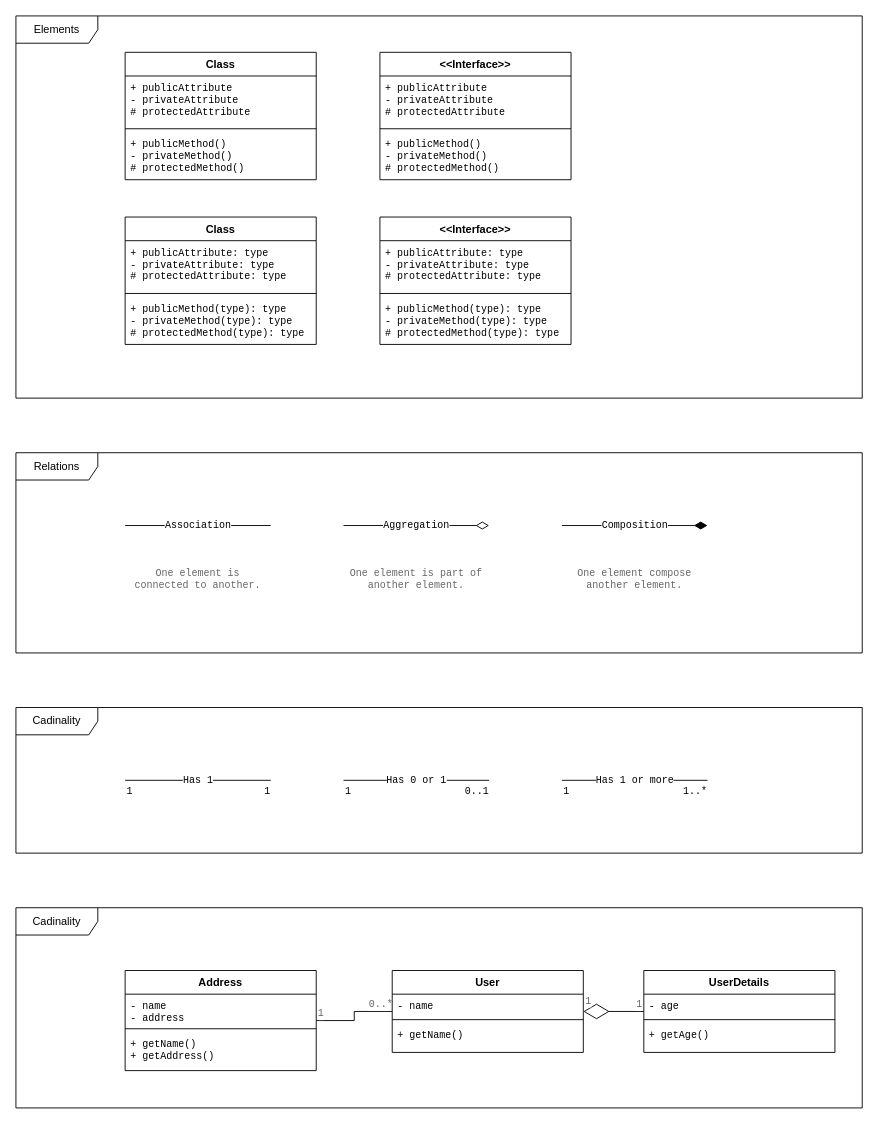
Above: #Docs/Project/UML Guide.drawio in F4LK0N/CleanCode3 (draw.io), before the change. Source tidied: cells renumbered, new cells numbered last; positions are measured from the earlier drawing's top-left corner, leaving out a move shared by most shapes. Both pictures are drawn from the tidied source at 91%, with x=0, y=0 at pixel (15, 15).
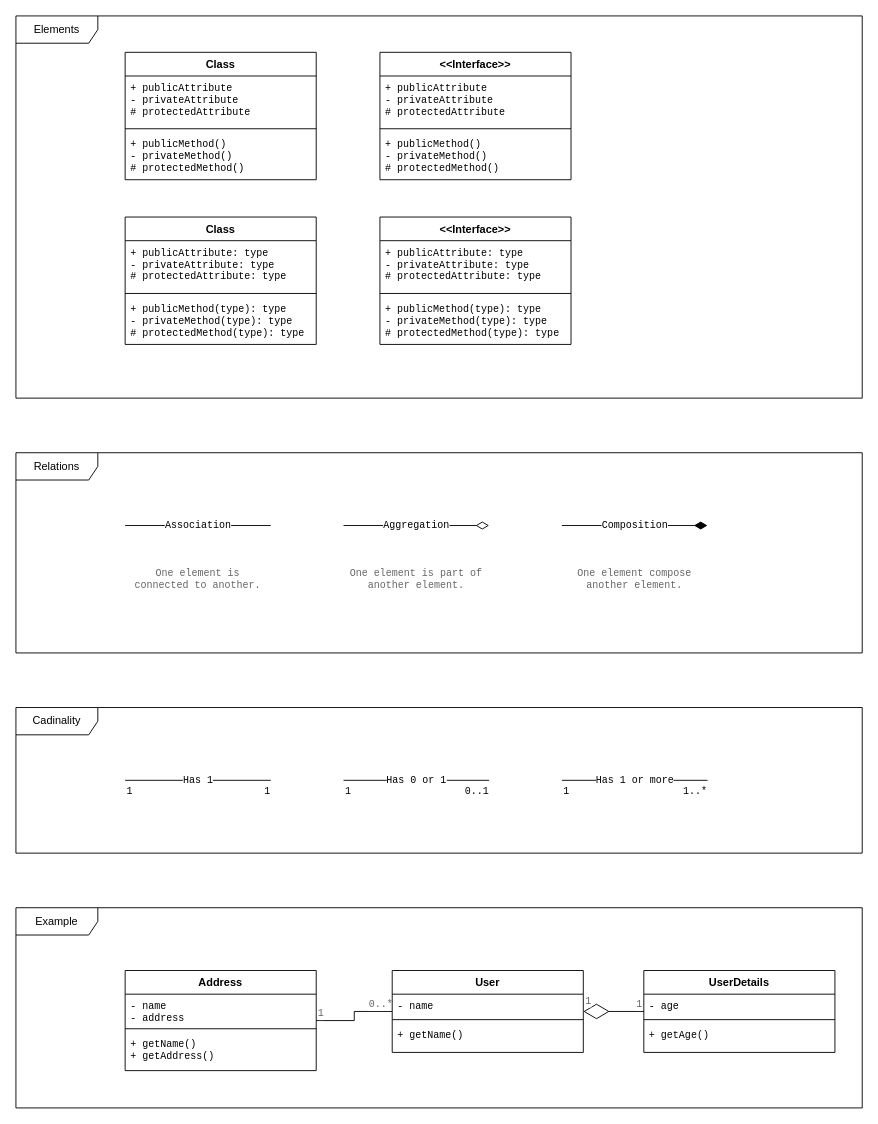
Above is the later version.

Commit message (it also covers changes not shown here):
Docs - Project - UML Guide

What changed in the source:
```diff
@@
-    <mxCell id="2" value="Cadinality" style="shape=umlFrame;whiteSpace=wrap;html=1;width=90;height=30;" parent="1" vertex="1">
+    <mxCell id="2" value="Example" style="shape=umlFrame;whiteSpace=wrap;html=1;width=90;height=30;" parent="1" vertex="1">
       <mxGeometry y="980" width="930" height="220" as="geometry" />
     </mxCell>
```
